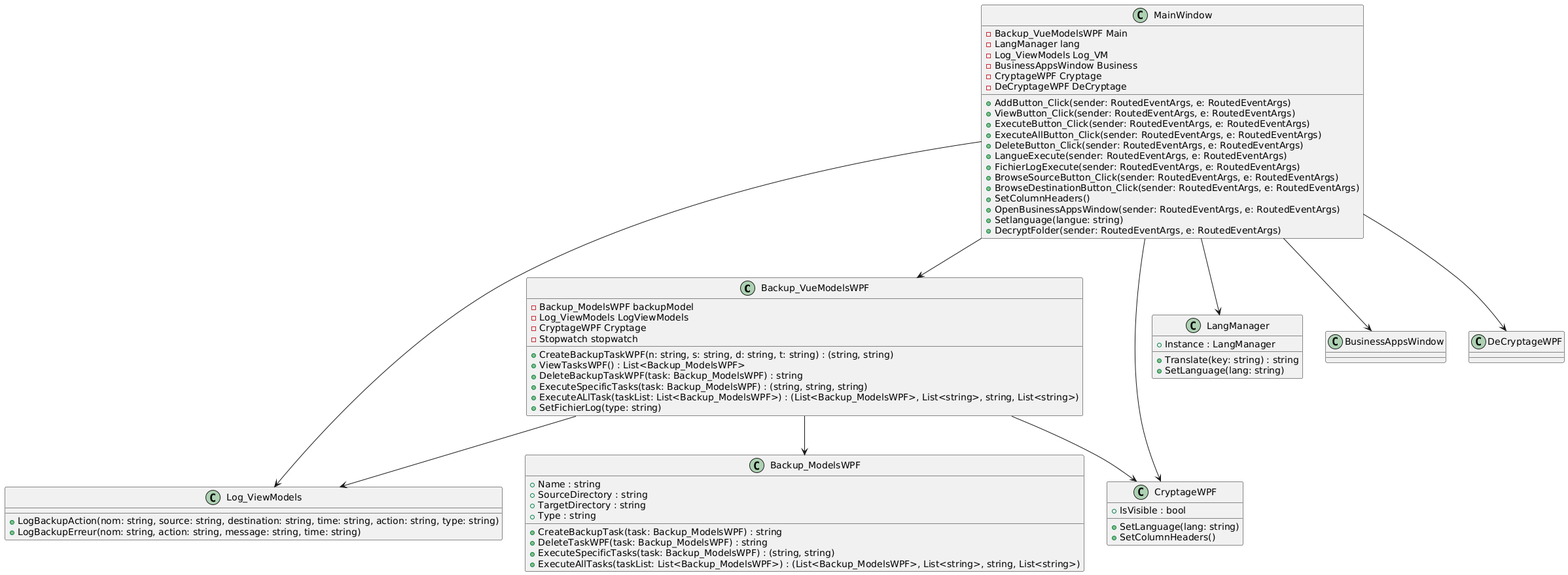
AlbanCLV/EasySave keeps this PlantUML diagram as UMLv2/Classev2.png. Above is the earlier version. The source it was exported from:
```plantuml
@startuml
class Backup_VueModelsWPF {
    - Backup_ModelsWPF backupModel
    - Log_ViewModels LogViewModels
    - CryptageWPF Cryptage
    - Stopwatch stopwatch
    + CreateBackupTaskWPF(n: string, s: string, d: string, t: string) : (string, string)
    + ViewTasksWPF() : List<Backup_ModelsWPF>
    + DeleteBackupTaskWPF(task: Backup_ModelsWPF) : string
    + ExecuteSpecificTasks(task: Backup_ModelsWPF) : (string, string, string)
    + ExecuteALlTask(taskList: List<Backup_ModelsWPF>) : (List<Backup_ModelsWPF>, List<string>, string, List<string>)
    + SetFichierLog(type: string)
}

class Backup_ModelsWPF {
    + Name : string
    + SourceDirectory : string
    + TargetDirectory : string
    + Type : string
    + CreateBackupTask(task: Backup_ModelsWPF) : string
    + DeleteTaskWPF(task: Backup_ModelsWPF) : string
    + ExecuteSpecificTasks(task: Backup_ModelsWPF) : (string, string)
    + ExecuteAllTasks(taskList: List<Backup_ModelsWPF>) : (List<Backup_ModelsWPF>, List<string>, string, List<string>)
}

class Log_ViewModels {
    + LogBackupAction(nom: string, source: string, destination: string, time: string, action: string, type: string)
    + LogBackupErreur(nom: string, action: string, message: string, time: string)
}

class CryptageWPF {
    + IsVisible : bool
    + SetLanguage(lang: string)
    + SetColumnHeaders()
}

class LangManager {
    + Instance : LangManager
    + Translate(key: string) : string
    + SetLanguage(lang: string)
}

class MainWindow {
    - Backup_VueModelsWPF Main
    - LangManager lang
    - Log_ViewModels Log_VM
    - BusinessAppsWindow Business
    - CryptageWPF Cryptage
    - DeCryptageWPF DeCryptage
    + AddButton_Click(sender: RoutedEventArgs, e: RoutedEventArgs)
    + ViewButton_Click(sender: RoutedEventArgs, e: RoutedEventArgs)
    + ExecuteButton_Click(sender: RoutedEventArgs, e: RoutedEventArgs)
    + ExecuteAllButton_Click(sender: RoutedEventArgs, e: RoutedEventArgs)
    + DeleteButton_Click(sender: RoutedEventArgs, e: RoutedEventArgs)
    + LangueExecute(sender: RoutedEventArgs, e: RoutedEventArgs)
    + FichierLogExecute(sender: RoutedEventArgs, e: RoutedEventArgs)
    + BrowseSourceButton_Click(sender: RoutedEventArgs, e: RoutedEventArgs)
    + BrowseDestinationButton_Click(sender: RoutedEventArgs, e: RoutedEventArgs)
    + SetColumnHeaders()
    + OpenBusinessAppsWindow(sender: RoutedEventArgs, e: RoutedEventArgs)
    + Setlanguage(langue: string)
    + DecryptFolder(sender: RoutedEventArgs, e: RoutedEventArgs)
}

MainWindow --> Backup_VueModelsWPF
MainWindow --> LangManager
MainWindow --> Log_ViewModels
MainWindow --> CryptageWPF
MainWindow --> BusinessAppsWindow
MainWindow --> DeCryptageWPF

Backup_VueModelsWPF --> Backup_ModelsWPF
Backup_VueModelsWPF --> Log_ViewModels
Backup_VueModelsWPF --> CryptageWPF
@enduml
```
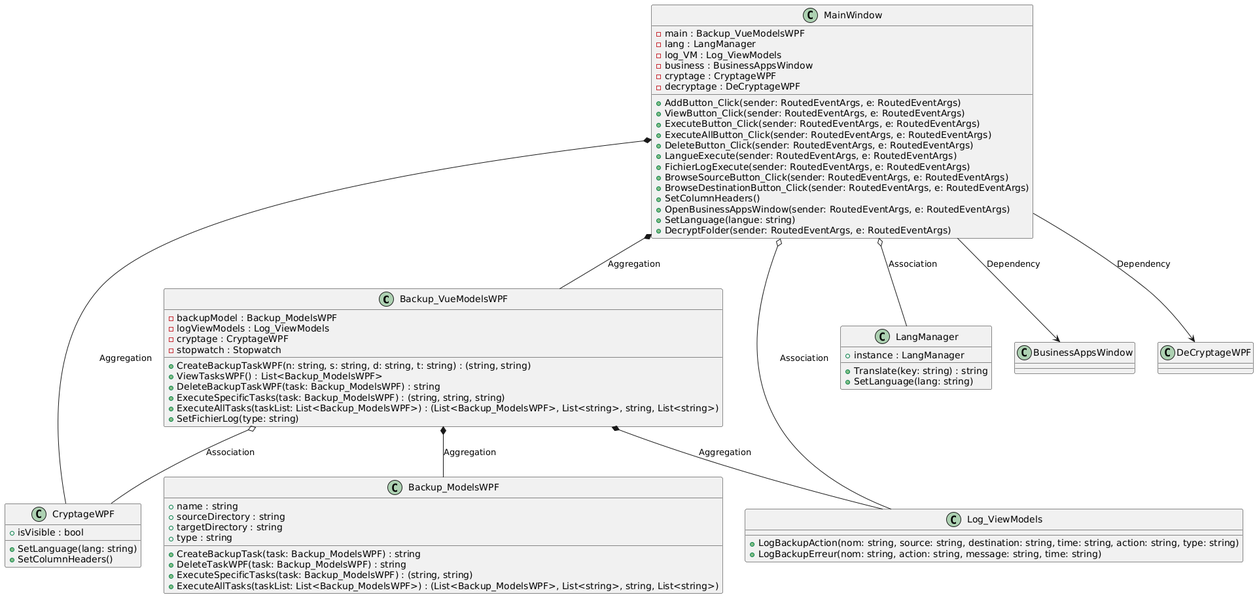
The same diagram one commit later.

What changed in the source:
```diff
@@ -1,22 +1,22 @@
 @startuml
 class Backup_VueModelsWPF {
-    - Backup_ModelsWPF backupModel
-    - Log_ViewModels LogViewModels
-    - CryptageWPF Cryptage
-    - Stopwatch stopwatch
+    - backupModel : Backup_ModelsWPF
+    - logViewModels : Log_ViewModels
+    - cryptage : CryptageWPF
+    - stopwatch : Stopwatch
     + CreateBackupTaskWPF(n: string, s: string, d: string, t: string) : (string, string)
     + ViewTasksWPF() : List<Backup_ModelsWPF>
     + DeleteBackupTaskWPF(task: Backup_ModelsWPF) : string
     + ExecuteSpecificTasks(task: Backup_ModelsWPF) : (string, string, string)
-    + ExecuteALlTask(taskList: List<Backup_ModelsWPF>) : (List<Backup_ModelsWPF>, List<string>, string, List<string>)
+    + ExecuteAllTasks(taskList: List<Backup_ModelsWPF>) : (List<Backup_ModelsWPF>, List<string>, string, List<string>)
     + SetFichierLog(type: string)
 }
 
 class Backup_ModelsWPF {
-    + Name : string
-    + SourceDirectory : string
-    + TargetDirectory : string
-    + Type : string
+    + name : string
+    + sourceDirectory : string
+    + targetDirectory : string
+    + type : string
     + CreateBackupTask(task: Backup_ModelsWPF) : string
     + DeleteTaskWPF(task: Backup_ModelsWPF) : string
     + ExecuteSpecificTasks(task: Backup_ModelsWPF) : (string, string)
@@ -29,24 +29,24 @@
 }
 
 class CryptageWPF {
-    + IsVisible : bool
+    + isVisible : bool
     + SetLanguage(lang: string)
     + SetColumnHeaders()
 }
 
 class LangManager {
-    + Instance : LangManager
+    + instance : LangManager
     + Translate(key: string) : string
     + SetLanguage(lang: string)
 }
 
 class MainWindow {
-    - Backup_VueModelsWPF Main
-    - LangManager lang
-    - Log_ViewModels Log_VM
-    - BusinessAppsWindow Business
-    - CryptageWPF Cryptage
-    - DeCryptageWPF DeCryptage
+    - main : Backup_VueModelsWPF
+    - lang : LangManager
+    - log_VM : Log_ViewModels
+    - business : BusinessAppsWindow
+    - cryptage : CryptageWPF
+    - decryptage : DeCryptageWPF
     + AddButton_Click(sender: RoutedEventArgs, e: RoutedEventArgs)
     + ViewButton_Click(sender: RoutedEventArgs, e: RoutedEventArgs)
     + ExecuteButton_Click(sender: RoutedEventArgs, e: RoutedEventArgs)
@@ -58,18 +58,19 @@
     + BrowseDestinationButton_Click(sender: RoutedEventArgs, e: RoutedEventArgs)
     + SetColumnHeaders()
     + OpenBusinessAppsWindow(sender: RoutedEventArgs, e: RoutedEventArgs)
-    + Setlanguage(langue: string)
+    + SetLanguage(langue: string)
     + DecryptFolder(sender: RoutedEventArgs, e: RoutedEventArgs)
 }
 
-MainWindow --> Backup_VueModelsWPF
-MainWindow --> LangManager
-MainWindow --> Log_ViewModels
-MainWindow --> CryptageWPF
-MainWindow --> BusinessAppsWindow
-MainWindow --> DeCryptageWPF
 
-Backup_VueModelsWPF --> Backup_ModelsWPF
-Backup_VueModelsWPF --> Log_ViewModels
-Backup_VueModelsWPF --> CryptageWPF
+MainWindow *-- Backup_VueModelsWPF : "Aggregation"
+MainWindow o-- LangManager : "Association"
+MainWindow o-- Log_ViewModels : "Association"
+MainWindow *-- CryptageWPF : "Aggregation"
+MainWindow --> BusinessAppsWindow : "Dependency"
+MainWindow --> DeCryptageWPF : "Dependency"
+
+Backup_VueModelsWPF *-- Backup_ModelsWPF : "Aggregation"
+Backup_VueModelsWPF *-- Log_ViewModels : "Aggregation"
+Backup_VueModelsWPF o-- CryptageWPF : "Association"
 @enduml
```
